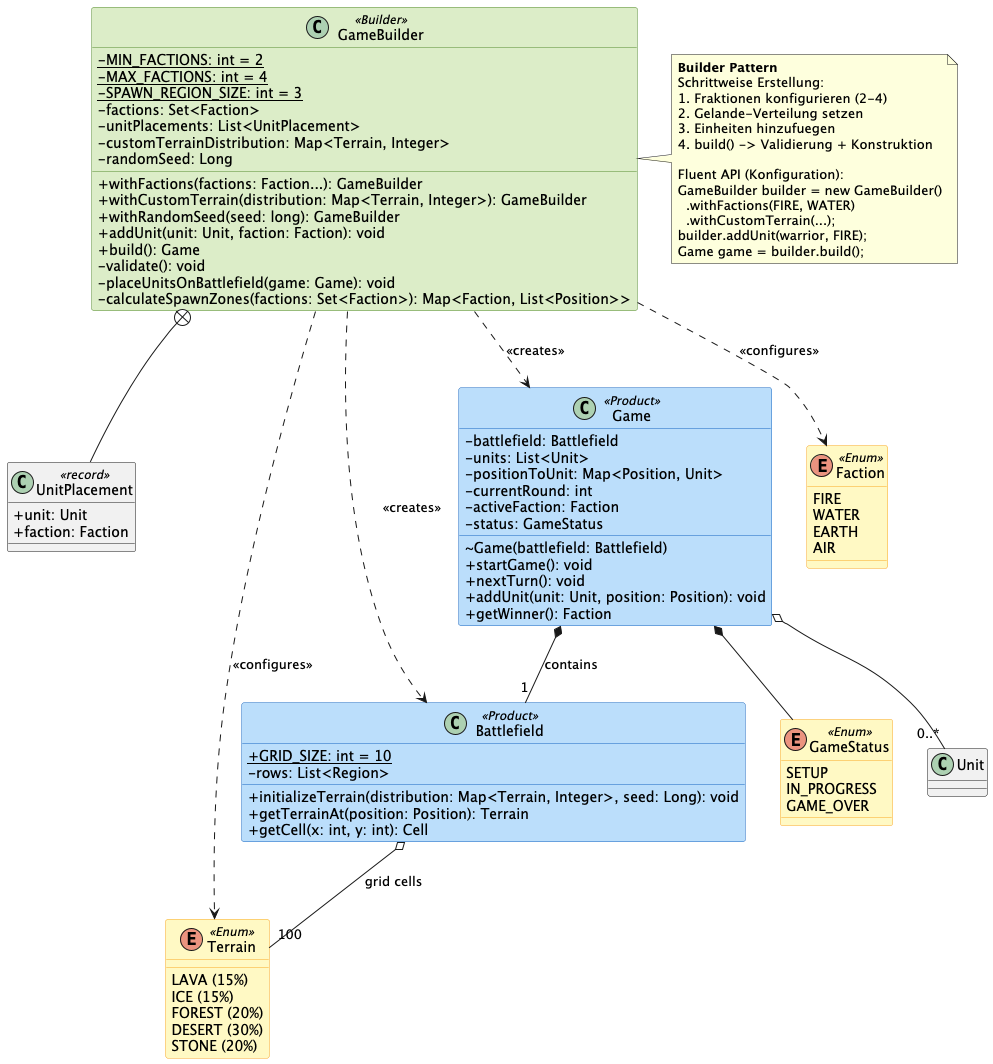
This is docs/LaTeX/images/Builder_Pattern___ElementarClash.png from mmukex/elementarClash, a PlantUML export, as it was before one commit.
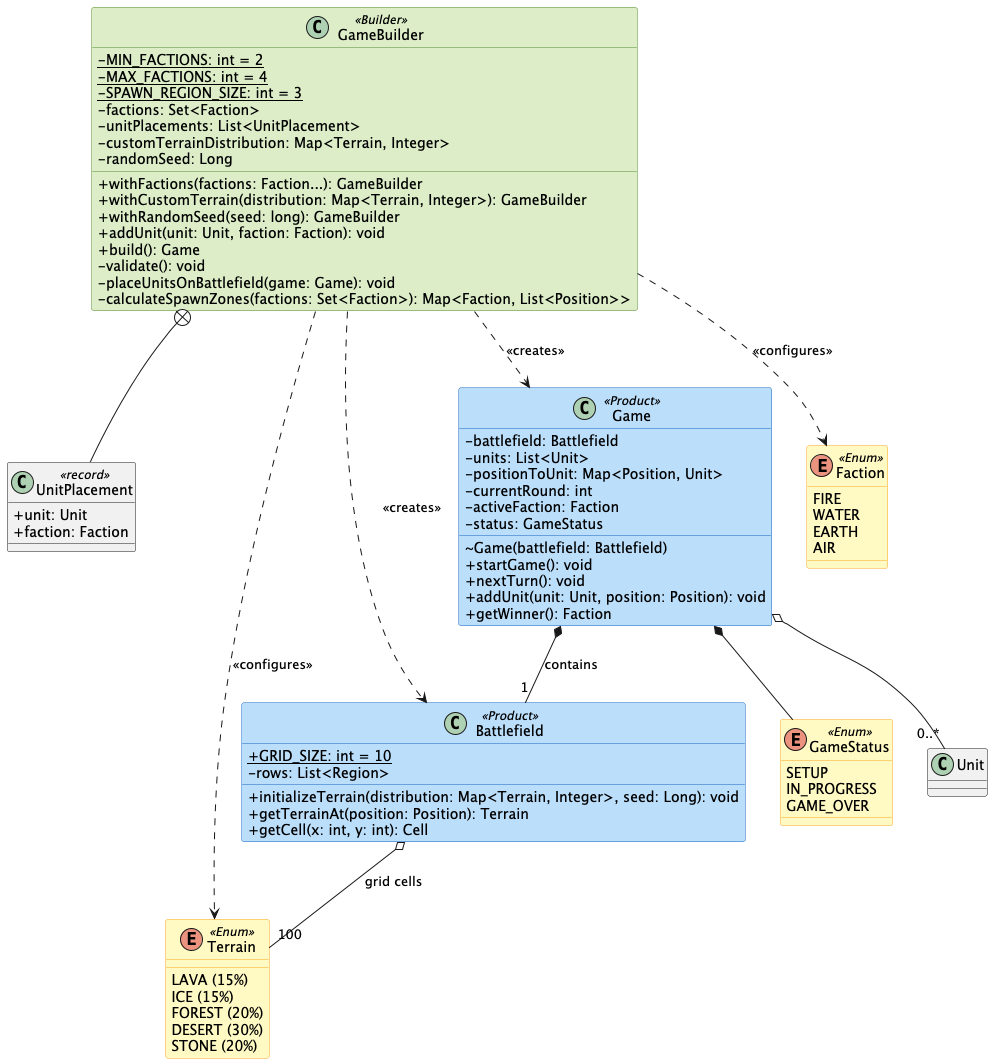
After the change.

What changed in the source:
```diff
@@ -93,20 +93,4 @@
 
 Battlefield o-- "100" Terrain : grid cells
 
-note right of GameBuilder
-  **Builder Pattern**
-  Schrittweise Erstellung:
-  1. Fraktionen konfigurieren (2-4)
-  2. Gelande-Verteilung setzen
-  3. Einheiten hinzufuegen
-  4. build() -> Validierung + Konstruktion
-
-  Fluent API (Konfiguration):
-  GameBuilder builder = new GameBuilder()
-    .withFactions(FIRE, WATER)
-    .withCustomTerrain(...);
-  builder.addUnit(warrior, FIRE);
-  Game game = builder.build();
-end note
-
 @enduml
```
